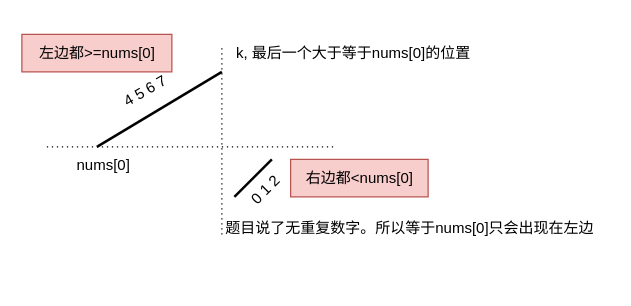
The draw.io diagram 33.drawio in liuyx599/leetcode_imgs, before the edit. Source tidied: cells renumbered, new cells numbered last; positions are measured from the earlier drawing's top-left corner, leaving out a move shared by most shapes. Both pictures are drawn from the tidied source at 125%, with x=0, y=0 at pixel (21, 34).
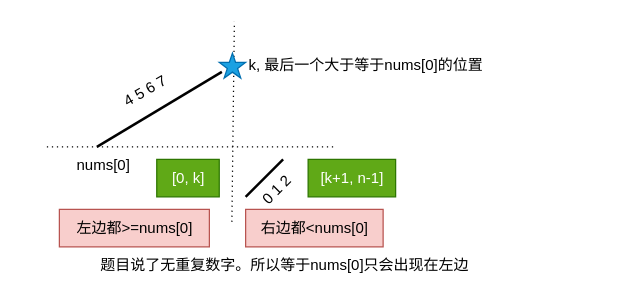
Above is the later version.

Change to the diagram source:
```diff
@@
 <mxGraphModel>
   <root>
     <mxCell id="0" />
     <mxCell id="1" parent="0" />
     <mxCell id="2" style="endArrow=none;html=1;rounded=0;strokeWidth=2;" parent="1" edge="1">
       <mxGeometry relative="1" as="geometry">
         <mxPoint x="60" y="90" as="sourcePoint" />
         <mxPoint x="160" y="30" as="targetPoint" />
       </mxGeometry>
     </mxCell>
     <mxCell id="3" style="endArrow=none;html=1;rounded=0;strokeWidth=2;" parent="1" edge="1">
       <mxGeometry relative="1" as="geometry">
-        <mxPoint x="170" y="130" as="sourcePoint" />
-        <mxPoint x="200" y="100" as="targetPoint" />
+        <mxPoint x="179" y="130" as="sourcePoint" />
+        <mxPoint x="209" y="100" as="targetPoint" />
       </mxGeometry>
     </mxCell>
     <mxCell id="4" style="endArrow=none;dashed=1;html=1;dashPattern=1 3;strokeWidth=1;rounded=0;" parent="1" edge="1">
       <mxGeometry relative="1" as="geometry">
         <mxPoint x="20" y="90" as="sourcePoint" />
         <mxPoint x="250" y="90" as="targetPoint" />
       </mxGeometry>
     </mxCell>
     <mxCell id="5" style="endArrow=none;dashed=1;html=1;dashPattern=1 3;strokeWidth=1;rounded=0;" parent="1" edge="1">
       <mxGeometry relative="1" as="geometry">
-        <mxPoint x="160" y="160" as="sourcePoint" />
-        <mxPoint x="160" y="10" as="targetPoint" />
+        <mxPoint x="168" y="150" as="sourcePoint" />
+        <mxPoint x="170" y="-10" as="targetPoint" />
       </mxGeometry>
     </mxCell>
     <mxCell id="6" value="nums[0]" style="text;html=1;align=center;verticalAlign=middle;fillColor=none;strokeColor=none;rounded=0;" parent="1" vertex="1">
       <mxGeometry x="30" y="90" width="70" height="30" as="geometry" />
     </mxCell>
     <mxCell id="7" value="k, 最后一个大于等于nums[0]的位置" style="text;html=1;align=center;verticalAlign=middle;fillColor=none;strokeColor=none;rounded=0;" parent="1" vertex="1">
-      <mxGeometry x="160" width="210" height="30" as="geometry" />
+      <mxGeometry x="170" y="10" width="210" height="30" as="geometry" />
     </mxCell>
     <mxCell id="8" value="4 5 6 7&amp;nbsp;" style="text;html=1;align=center;verticalAlign=middle;fillColor=none;strokeColor=none;rounded=0;rotation=-30;" parent="1" vertex="1">
       <mxGeometry x="70" y="30" width="60" height="30" as="geometry" />
     </mxCell>
     <mxCell id="9" value="0 1 2" style="text;html=1;align=center;verticalAlign=middle;fillColor=none;strokeColor=none;rounded=0;rotation=-45;" parent="1" vertex="1">
-      <mxGeometry x="170" y="110" width="50" height="30" as="geometry" />
+      <mxGeometry x="179" y="110" width="50" height="30" as="geometry" />
     </mxCell>
     <mxCell id="10" value="左边都&amp;gt;=nums[0]" style="text;html=1;align=center;verticalAlign=middle;fillColor=#f8cecc;strokeColor=#b85450;rounded=0;" parent="1" vertex="1">
-      <mxGeometry width="120" height="30" as="geometry" />
+      <mxGeometry x="30" y="140" width="120" height="30" as="geometry" />
     </mxCell>
     <mxCell id="11" value="右边都&amp;lt;nums[0]" style="text;html=1;align=center;verticalAlign=middle;fillColor=#f8cecc;strokeColor=#b85450;rounded=0;" parent="1" vertex="1">
-      <mxGeometry x="215" y="100" width="110" height="30" as="geometry" />
+      <mxGeometry x="179" y="140" width="110" height="30" as="geometry" />
     </mxCell>
     <mxCell id="12" value="题目说了无重复数字。所以等于nums[0]只会出现在左边" style="text;html=1;align=center;verticalAlign=middle;fillColor=none;strokeColor=none;rounded=0;" parent="1" vertex="1">
-      <mxGeometry x="150" y="140" width="320" height="30" as="geometry" />
+      <mxGeometry x="50" y="170" width="320" height="30" as="geometry" />
     </mxCell>
+    <mxCell id="13" value="[0, k]" style="text;html=1;align=center;verticalAlign=middle;fillColor=#60a917;strokeColor=#2D7600;rounded=0;fontColor=#ffffff;" parent="1" vertex="1">
+      <mxGeometry x="107.9" y="100" width="50" height="30" as="geometry" />
+    </mxCell>
+    <mxCell id="14" style="verticalLabelPosition=bottom;verticalAlign=top;html=1;shape=mxgraph.basic.star;fillColor=#1ba1e2;fontColor=#ffffff;strokeColor=#006EAF;" parent="1" vertex="1">
+      <mxGeometry x="157.9" y="15" width="21.1" height="20" as="geometry" />
+    </mxCell>
+    <mxCell id="15" value="[k+1, n-1]" style="text;html=1;align=center;verticalAlign=middle;fillColor=#60a917;strokeColor=#2D7600;rounded=0;fontColor=#ffffff;" parent="1" vertex="1">
+      <mxGeometry x="229" y="100" width="70" height="30" as="geometry" />
+    </mxCell>
   </root>
 </mxGraphModel>
```
